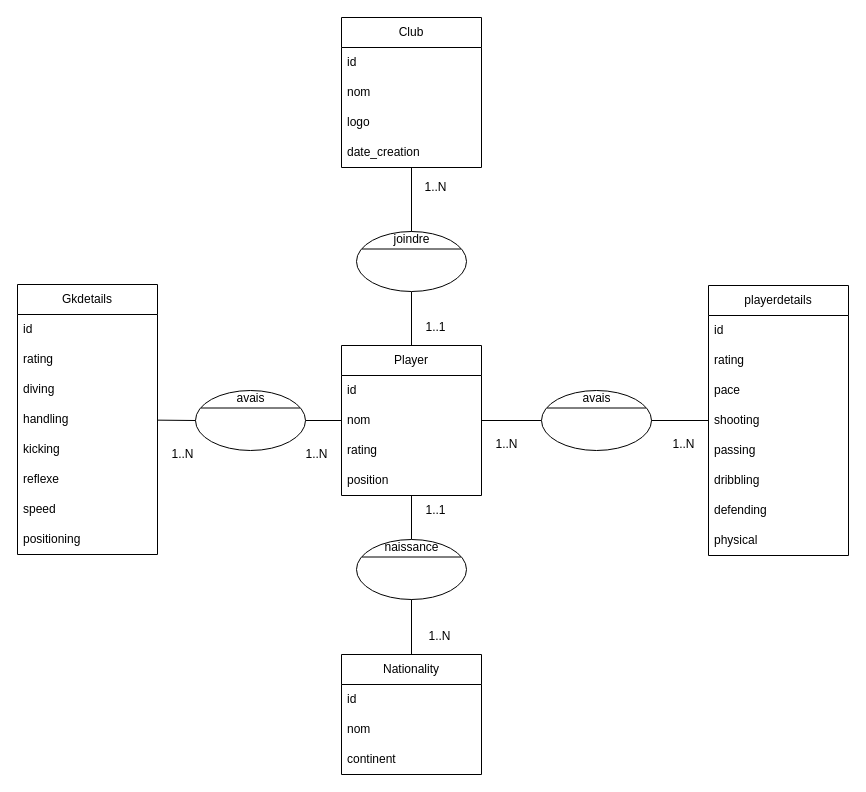
Abdelha98kim/Backend-Pour-Ultimate-Team-Assets keeps this draw.io diagram as MCD & MLD/mcd.drawio. Above is the earlier version. Source tidied: cells renumbered, new cells numbered last; positions are measured from the earlier drawing's top-left corner, leaving out a move shared by most shapes. Both pictures are drawn from the tidied source at 100%, with x=0, y=0 at pixel (17, 17).
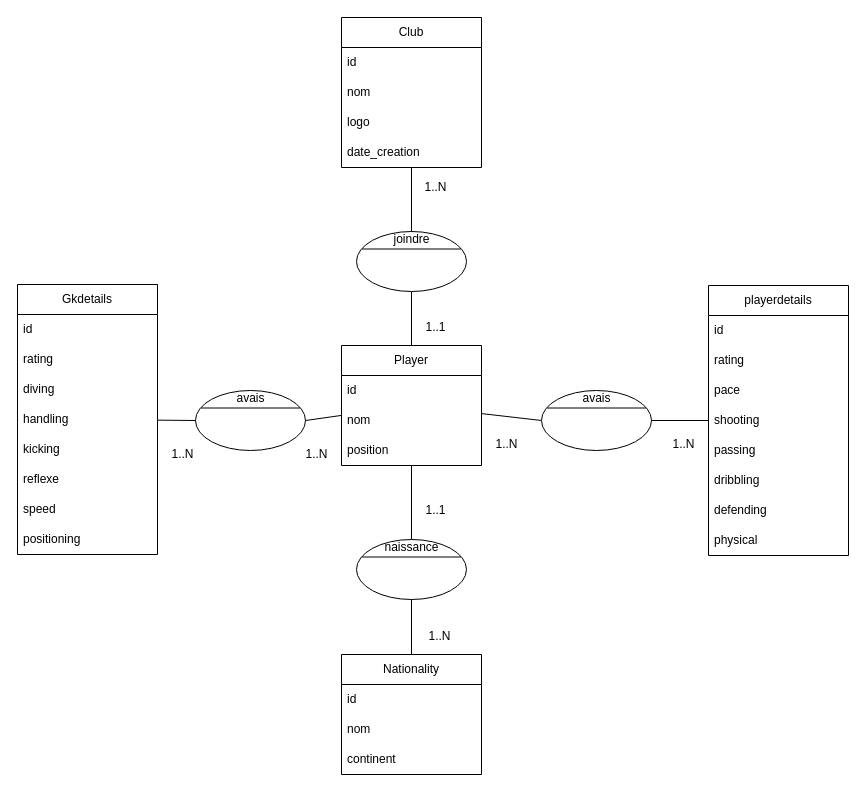
The same diagram, later.

Commit message (it also covers changes not shown here):
remove rating in player entitie and i transforme the mcd to mld

Change to the diagram source:
```diff
@@
     <mxCell id="2" value="Player" style="swimlane;fontStyle=0;horizontal=1;startSize=30;whiteSpace=wrap;html=1;" parent="1" vertex="1">
-      <mxGeometry x="324" y="328" width="140" height="150" as="geometry" />
+      <mxGeometry x="324" y="328" width="140" height="120" as="geometry" />
     </mxCell>
@@
-    <mxCell id="5" value="rating" style="text;strokeColor=none;fillColor=none;align=left;verticalAlign=middle;spacingLeft=4;spacingRight=4;overflow=hidden;whiteSpace=wrap;html=1;" parent="2" vertex="1">
-      <mxGeometry y="90" width="140" height="30" as="geometry" />
-    </mxCell>
     <mxCell id="6" value="position" style="text;strokeColor=none;fillColor=none;align=left;verticalAlign=middle;spacingLeft=4;spacingRight=4;overflow=hidden;whiteSpace=wrap;html=1;" parent="2" vertex="1">
-      <mxGeometry y="120" width="140" height="30" as="geometry" />
+      <mxGeometry y="90" width="140" height="30" as="geometry" />
     </mxCell>
```
